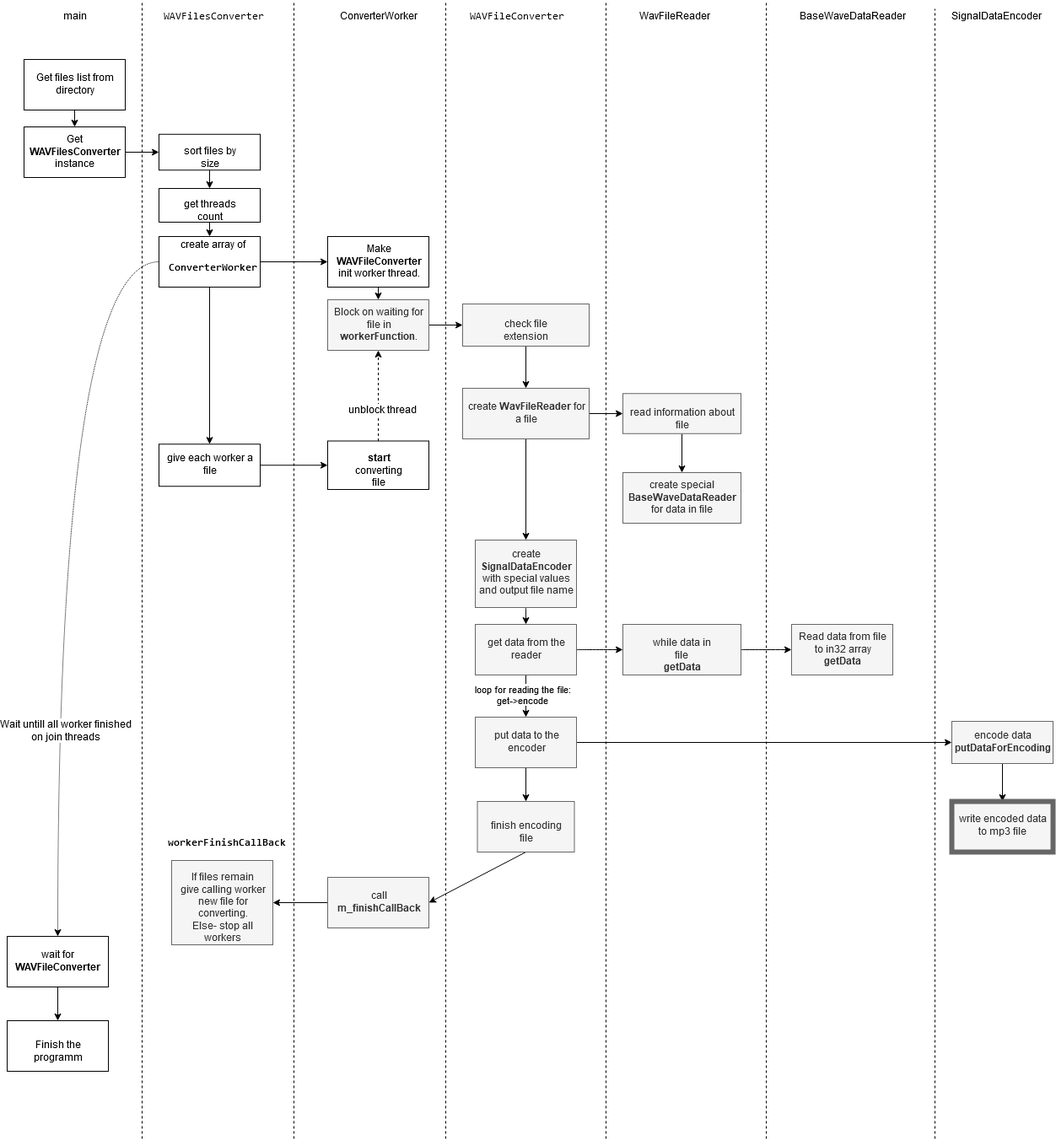
Earlier version of the draw.io export images/main_diagram.png (beaveronpole/wav2mp3). Source tidied: cells renumbered, new cells last; positions are measured from the earlier drawing's top-left corner, leaving out a move shared by most shapes.
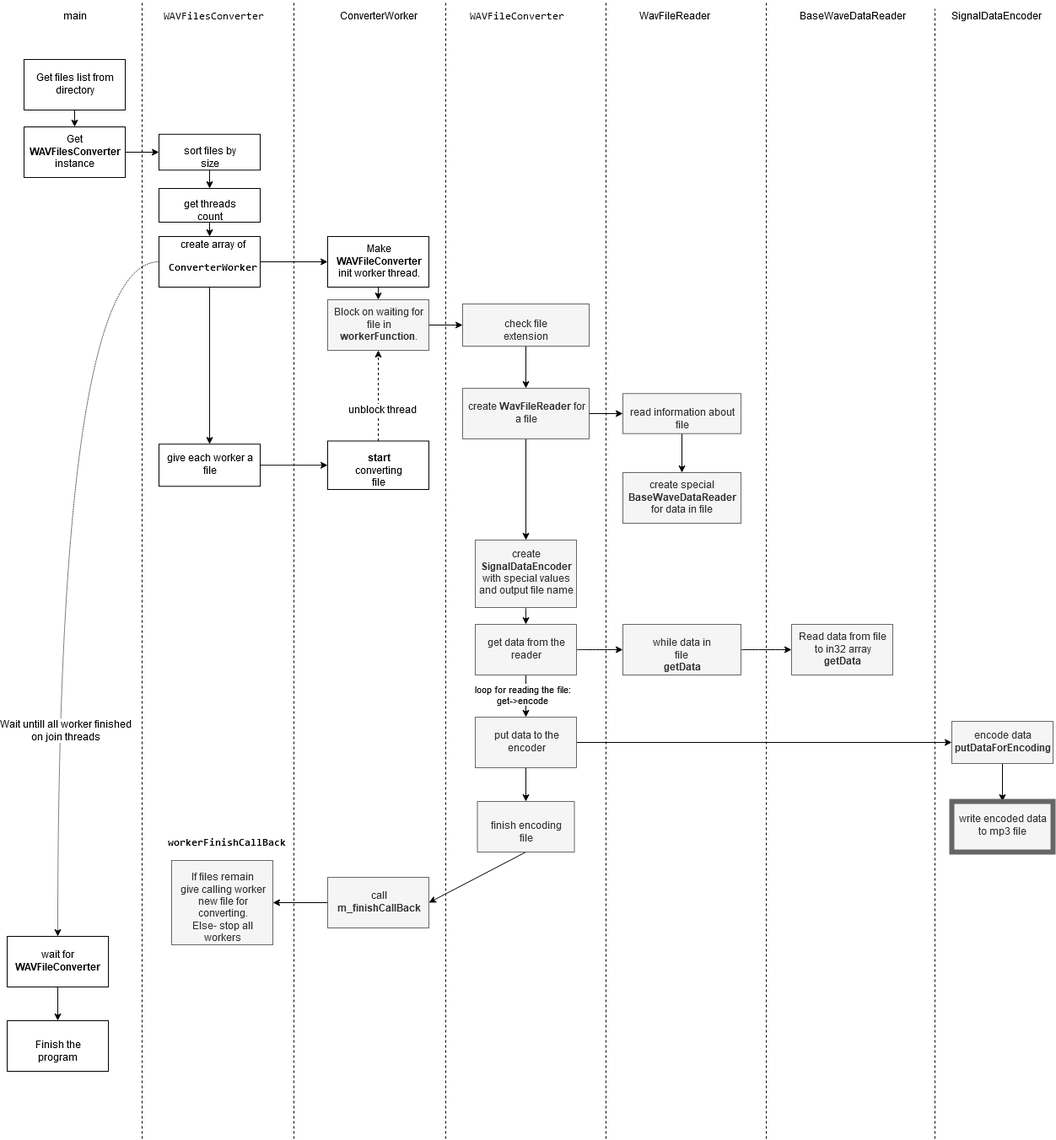
Later version of the same file.

The edit, as a diff of the source:
```diff
@@ -170,7 +170,7 @@
     <mxCell id="57" value="&lt;div&gt;wait for &lt;br&gt;&lt;/div&gt;&lt;div&gt;&lt;b&gt;WAVFileConverter&lt;/b&gt;&lt;br&gt;&lt;/div&gt;" style="rounded=0;whiteSpace=wrap;html=1;" parent="1" vertex="1">
       <mxGeometry y="1110" width="120" height="60" as="geometry" />
     </mxCell>
-    <mxCell id="58" value="Finish the programm" style="rounded=0;whiteSpace=wrap;html=1;" parent="1" vertex="1">
+    <mxCell id="58" value="Finish the program" style="rounded=0;whiteSpace=wrap;html=1;" parent="1" vertex="1">
       <mxGeometry y="1210" width="120" height="60" as="geometry" />
     </mxCell>
     <mxCell id="59" style="endArrow=none;dashed=1;html=1;" parent="1" edge="1">
```
